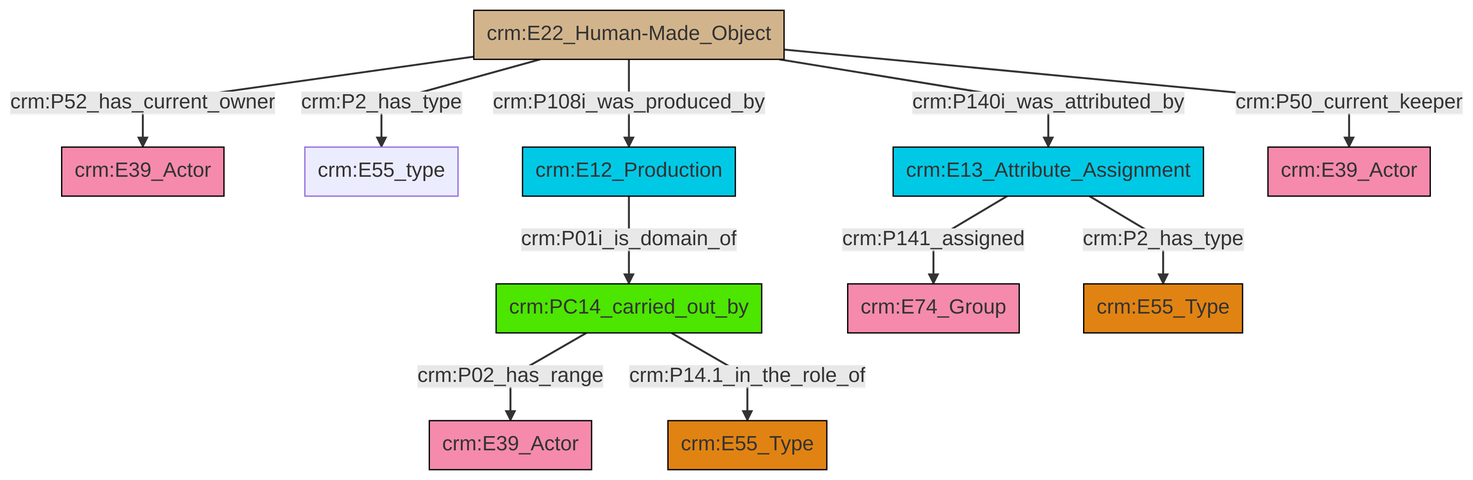
swiss-art-research-net/docs.swissartresearch keeps this Mermaid diagram as et/artworkCSV/ttl/mmd/png/Artwork_Actor_Relations.png. Above is the earlier version. Its source is kept beside it as et/artworkCSV/ttl/mmd/Artwork_Actor_Relations.ttl.mmd.
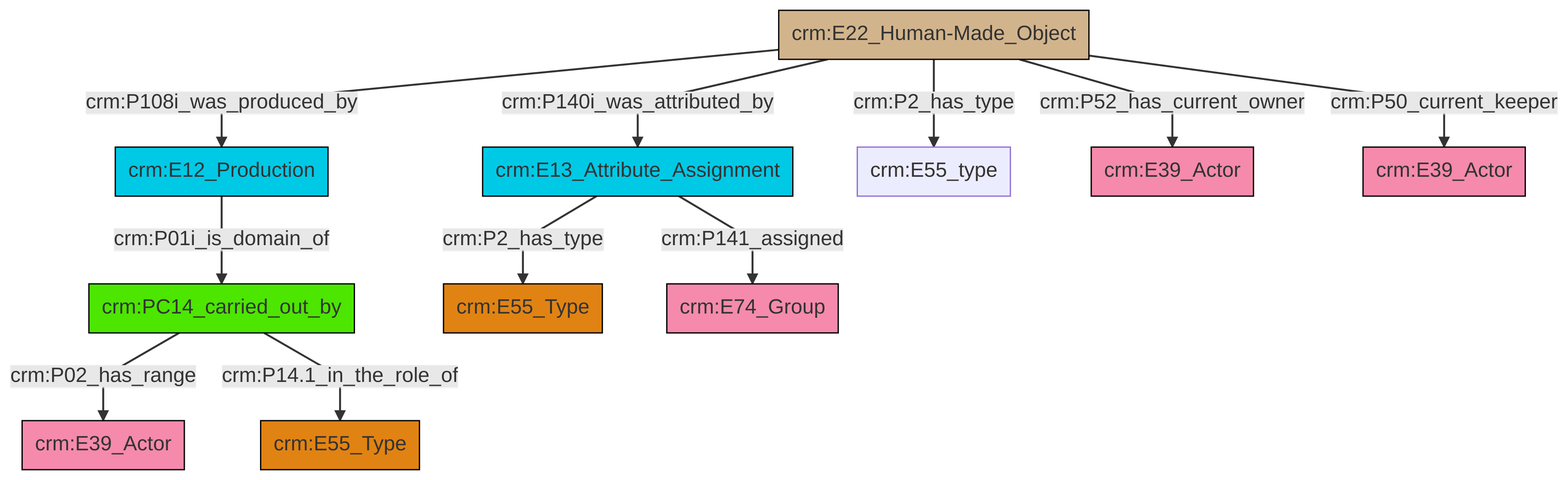
The same diagram one commit later.

The edit, as a diff of the source:
```diff
@@ -13,13 +13,13 @@
 classDef PC_Classes fill:#4ce600, stroke:#000000;
 classDef Multi fill:#cccccc,stroke:#000000;
 
-0["crm:PC14_carried_out_by"]:::PC_Classes -->|crm:P02_has_range| 2["crm:E39_Actor"]:::Actor
-6["crm:E22_Human-Made_Object"]:::Physical_Thing -->|crm:P52_has_current_owner| 4["crm:E39_Actor"]:::Actor
-6["crm:E22_Human-Made_Object"]:::Physical_Thing -->|crm:P2_has_type| 7["crm:E55_type"]:::Default
-8["crm:E12_Production"]:::Temporal_Entity -->|crm:P01i_is_domain_of| 0["crm:PC14_carried_out_by"]:::PC_Classes
-6["crm:E22_Human-Made_Object"]:::Physical_Thing -->|crm:P140i_was_attributed_by| 11["crm:E13_Attribute_Assignment"]:::Temporal_Entity
-6["crm:E22_Human-Made_Object"]:::Physical_Thing -->|crm:P108i_was_produced_by| 8["crm:E12_Production"]:::Temporal_Entity
-11["crm:E13_Attribute_Assignment"]:::Temporal_Entity -->|crm:P141_assigned| 12["crm:E74_Group"]:::Actor
-0["crm:PC14_carried_out_by"]:::PC_Classes -->|crm:P14.1_in_the_role_of| 9["crm:E55_Type"]:::Type
-6["crm:E22_Human-Made_Object"]:::Physical_Thing -->|crm:P50_current_keeper| 16["crm:E39_Actor"]:::Actor
-11["crm:E13_Attribute_Assignment"]:::Temporal_Entity -->|crm:P2_has_type| 13["crm:E55_Type"]:::Type
+0["crm:E12_Production"]:::Temporal_Entity -->|crm:P01i_is_domain_of| 1["crm:PC14_carried_out_by"]:::PC_Classes
+7["crm:E13_Attribute_Assignment"]:::Temporal_Entity -->|crm:P2_has_type| 8["crm:E55_Type"]:::Type
+9["crm:E22_Human-Made_Object"]:::Physical_Thing -->|crm:P2_has_type| 10["crm:E55_type"]:::Default
+1["crm:PC14_carried_out_by"]:::PC_Classes -->|crm:P02_has_range| 5["crm:E39_Actor"]:::Actor
+1["crm:PC14_carried_out_by"]:::PC_Classes -->|crm:P14.1_in_the_role_of| 3["crm:E55_Type"]:::Type
+9["crm:E22_Human-Made_Object"]:::Physical_Thing -->|crm:P108i_was_produced_by| 0["crm:E12_Production"]:::Temporal_Entity
+9["crm:E22_Human-Made_Object"]:::Physical_Thing -->|crm:P50_current_keeper| 13["crm:E39_Actor"]:::Actor
+9["crm:E22_Human-Made_Object"]:::Physical_Thing -->|crm:P52_has_current_owner| 11["crm:E39_Actor"]:::Actor
+7["crm:E13_Attribute_Assignment"]:::Temporal_Entity -->|crm:P141_assigned| 16["crm:E74_Group"]:::Actor
+9["crm:E22_Human-Made_Object"]:::Physical_Thing -->|crm:P140i_was_attributed_by| 7["crm:E13_Attribute_Assignment"]:::Temporal_Entity
```
